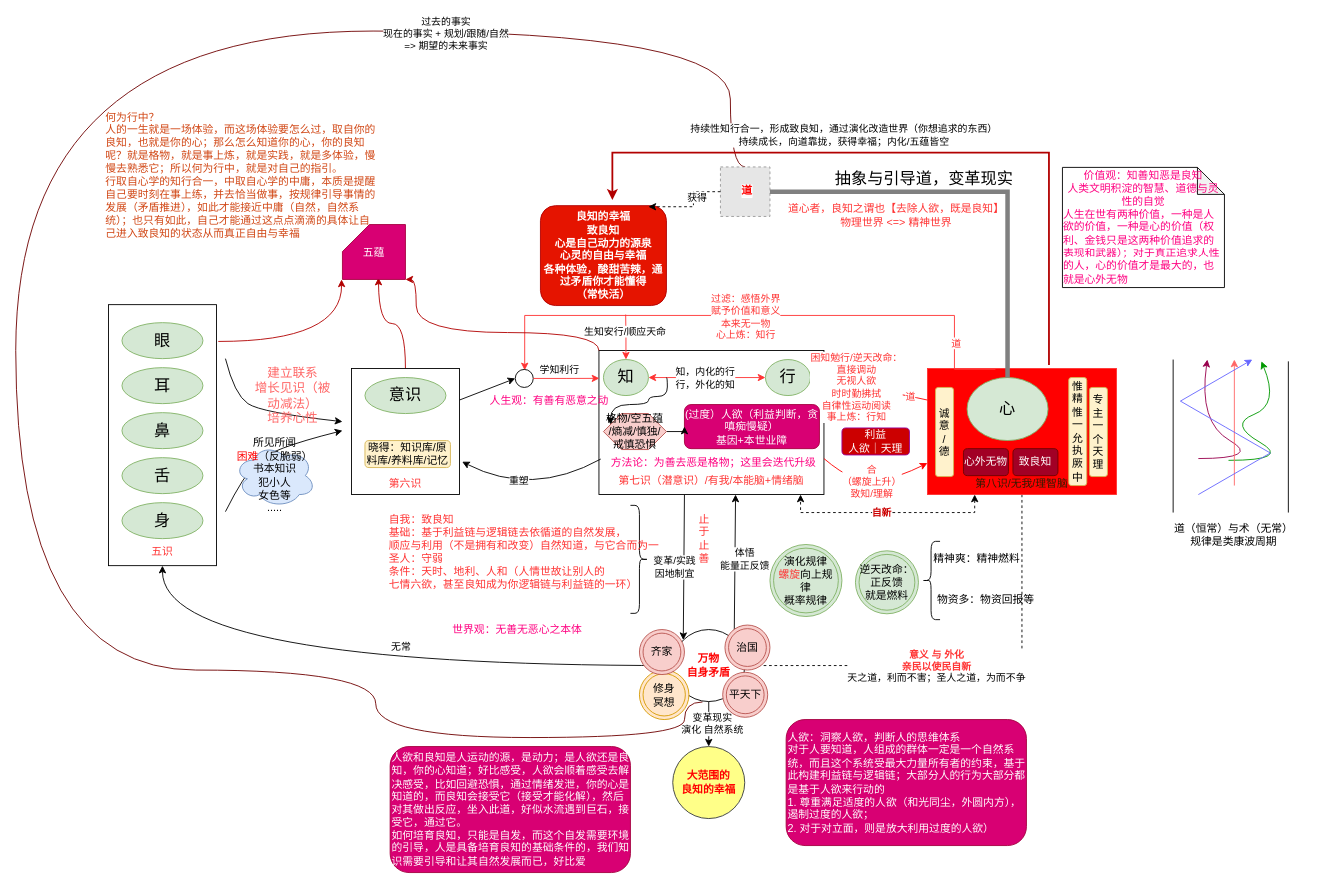
Before: page "良知" (1 of 2) of xinxue.drawio in kason-huang/DrawIO, a draw.io diagram. Source tidied: cells renumbered, new cells numbered last; positions are measured from the earlier drawing's top-left corner, leaving out a move shared by most shapes. Both pictures are drawn from the tidied source at 90%, with x=0, y=0 at pixel (15, 31). Pictures stored in the file or linked from it are replaced by grey dashed boxes.
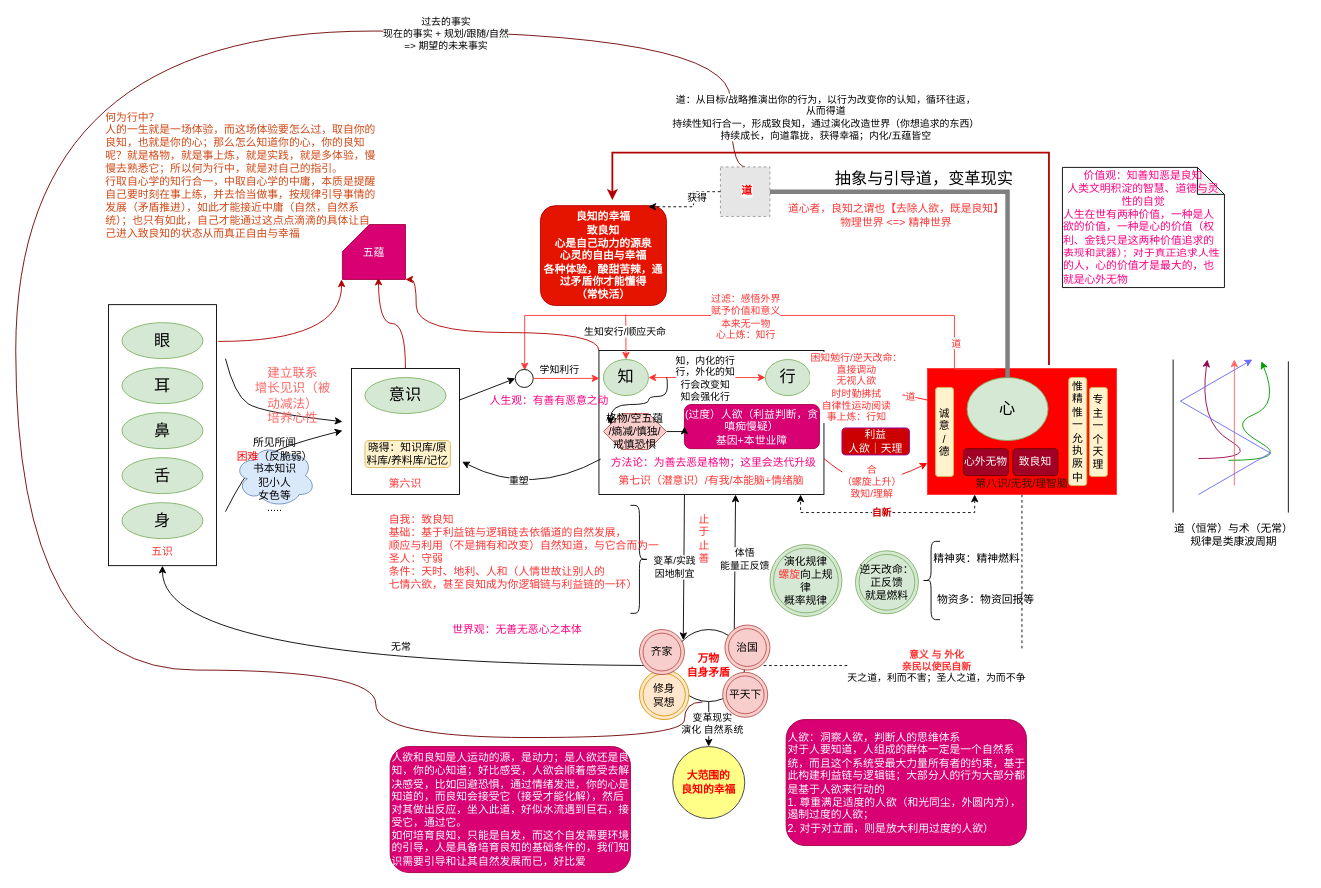
Above is the later version.

Unchanged cells that the change refers to:
```xml
<mxCell id="17" style="edgeStyle=orthogonalEdgeStyle;rounded=0;jettySize=auto;html=1;startArrow=classic;startFill=1;strokeColor=#FF3333;" parent="1" edge="1" source="22" target="23">
  <mxGeometry relative="1" as="geometry" />
</mxCell>
<mxCell id="94" style="edgeStyle=orthogonalEdgeStyle;rounded=0;jettySize=auto;html=1;entryX=0.643;entryY=-0.029;entryDx=0;entryDy=0;entryPerimeter=0;startArrow=classic;startFill=1;endArrow=none;endFill=0;fillColor=#e51400;strokeColor=#B20000;strokeWidth=2;exitX=0.571;exitY=-0.056;exitDx=0;exitDy=0;exitPerimeter=0;" parent="1" edge="1" source="57" target="29">
  <mxGeometry relative="1" as="geometry">
    <Array as="points">
      <mxPoint x="663" y="135" />
      <mxPoint x="1148" y="135" />
    </Array>
  </mxGeometry>
</mxCell>
```

Change to the diagram source:
```diff
@@
-    <mxCell id="18" value="知，内化的行&lt;br&gt;行，外化的知" style="edgeLabel;html=1;align=center;verticalAlign=middle;" parent="17" vertex="1">
+    <mxCell id="18" value="知，内化的行&lt;br&gt;行，外化的知&lt;div&gt;行会改变知&lt;/div&gt;&lt;div&gt;知会强化行&lt;/div&gt;" style="edgeLabel;html=1;align=center;verticalAlign=middle;" parent="17" vertex="1">
       <mxGeometry x="-0.13" y="1" relative="1" as="geometry">
         <mxPoint x="5" y="1" as="offset" />
       </mxGeometry>
     </mxCell>
@@
-    <mxCell id="95" value="持续性知行合一，形成致良知，通过演化改造世界（你想追求的东西）&lt;br&gt;持续成长，向道靠拢，获得幸福；内化/五蕴皆空" style="edgeLabel;html=1;align=center;verticalAlign=middle;" parent="94" vertex="1">
+    <mxCell id="95" value="&lt;div&gt;&lt;div style=&quot;white-space: pre-wrap;&quot;&gt;道：从目标/战略推演出你的行为，以行为改变你的认知，循环往返，从而得道&lt;/div&gt;&lt;/div&gt;持续性知行合一，形成致良知，通过演化改造世界（你想追求的东西）&lt;br&gt;持续成长，向道靠拢，获得幸福；内化/五蕴皆空" style="edgeLabel;html=1;align=center;verticalAlign=middle;" parent="94" vertex="1">
       <mxGeometry x="0.02" y="-2" relative="1" as="geometry">
-        <mxPoint x="-86" y="-22" as="offset" />
+        <mxPoint x="-106" y="-42" as="offset" />
       </mxGeometry>
     </mxCell>
```
